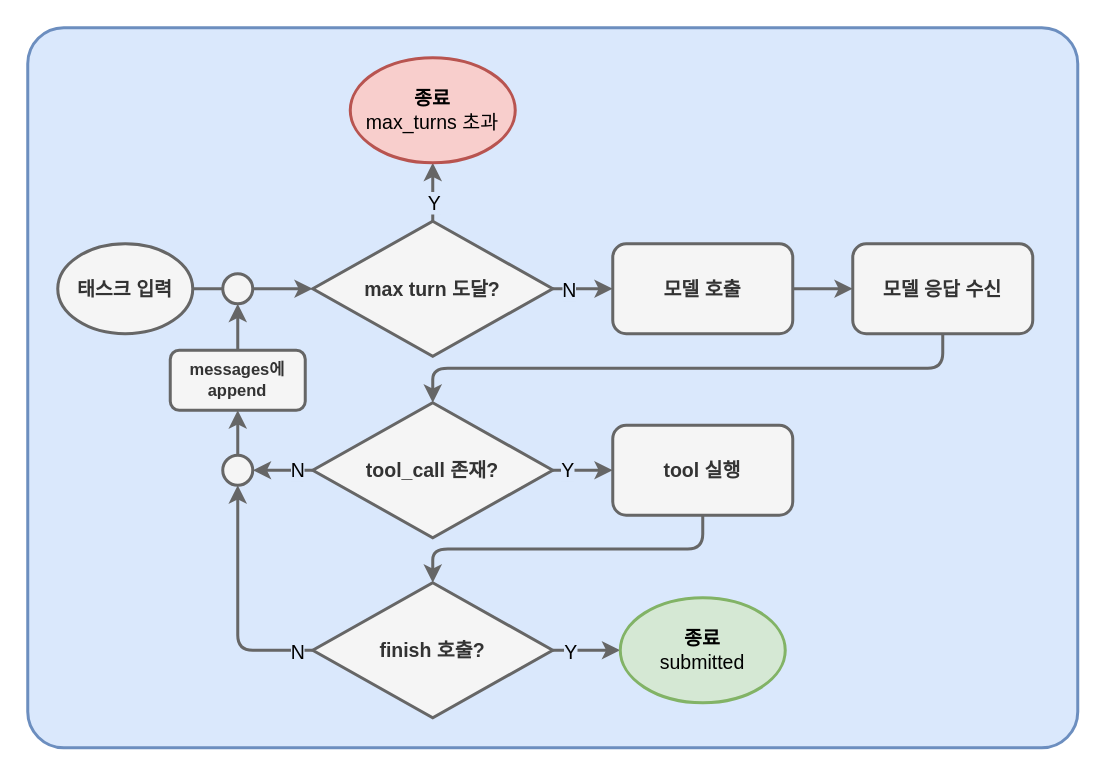
The draw.io diagram page "loop" (2 of 2) of resource/agent-tracer.drawio in MotifTechnologies/AgentTracer, before the edit. Source tidied: cells renumbered, new cells numbered last; positions are measured from the earlier drawing's top-left corner, leaving out a move shared by most shapes. Both pictures are drawn from the tidied source at 150%, with x=0, y=0 at pixel (27, 27).
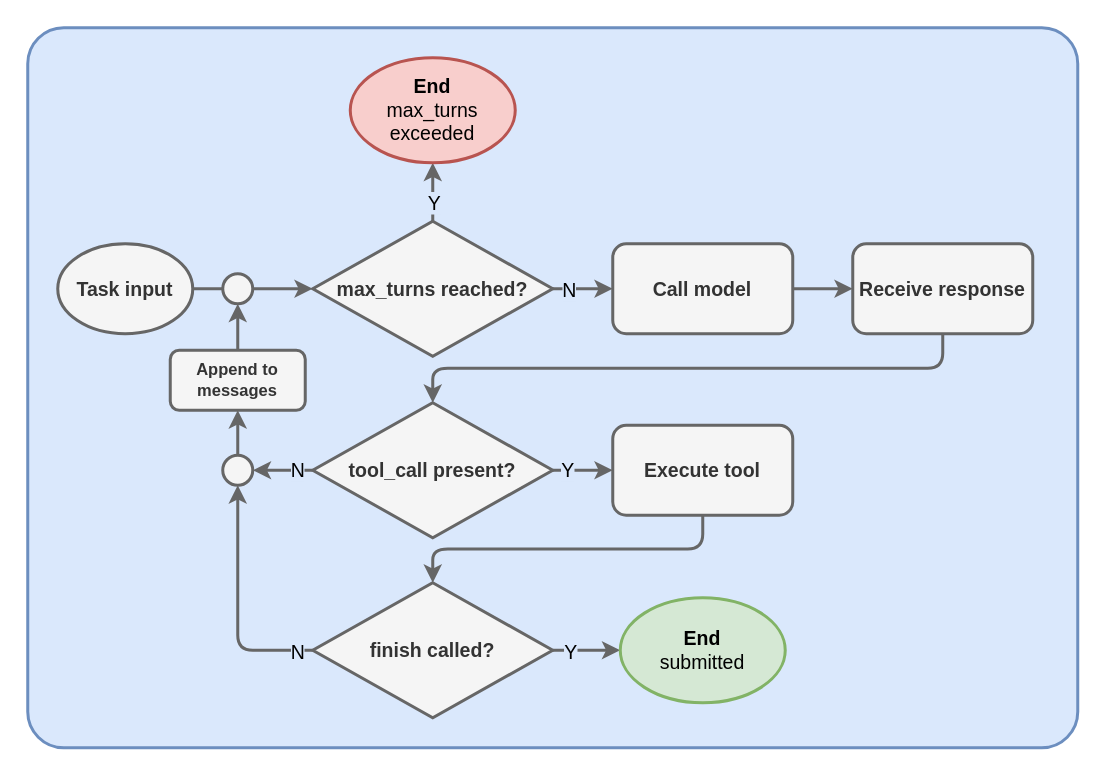
The same page after the edit.

What changed in the source:
```diff
@@
-    <mxCell id="3" value="&lt;b&gt;태스크 입력&lt;/b&gt;" style="ellipse;whiteSpace=wrap;html=1;strokeWidth=2;fillColor=#f5f5f5;strokeColor=#666666;fontFamily=Helvetica;fontSize=13;fontColor=#333333;direction=west;" parent="1" vertex="1">
+    <mxCell id="3" value="&lt;b&gt;Task input&lt;/b&gt;" style="ellipse;whiteSpace=wrap;html=1;strokeWidth=2;fillColor=#f5f5f5;strokeColor=#666666;fontFamily=Helvetica;fontSize=13;fontColor=#333333;direction=west;" parent="1" vertex="1">
       <mxGeometry x="20" y="144" width="90" height="60" as="geometry" />
     </mxCell>
-    <mxCell id="4" value="&lt;b&gt;모델 호출&lt;/b&gt;" style="rounded=1;whiteSpace=wrap;html=1;strokeWidth=2;fillColor=#f5f5f5;strokeColor=#666666;fontFamily=Helvetica;fontSize=13;fontColor=#333333;" parent="1" vertex="1">
+    <mxCell id="4" value="&lt;b&gt;Call model&lt;/b&gt;" style="rounded=1;whiteSpace=wrap;html=1;strokeWidth=2;fillColor=#f5f5f5;strokeColor=#666666;fontFamily=Helvetica;fontSize=13;fontColor=#333333;" parent="1" vertex="1">
       <mxGeometry x="390" y="144" width="120" height="60" as="geometry" />
     </mxCell>
-    <mxCell id="5" value="&lt;b&gt;모델 응답 수신&lt;/b&gt;" style="rounded=1;whiteSpace=wrap;html=1;strokeWidth=2;fillColor=#f5f5f5;strokeColor=#666666;fontFamily=Helvetica;fontSize=13;fontColor=#333333;" parent="1" vertex="1">
+    <mxCell id="5" value="&lt;b&gt;Receive response&lt;/b&gt;" style="rounded=1;whiteSpace=wrap;html=1;strokeWidth=2;fillColor=#f5f5f5;strokeColor=#666666;fontFamily=Helvetica;fontSize=13;fontColor=#333333;" parent="1" vertex="1">
       <mxGeometry x="550" y="144" width="120" height="60" as="geometry" />
     </mxCell>
-    <mxCell id="6" value="&lt;b&gt;tool_call 존재?&lt;/b&gt;" style="rhombus;whiteSpace=wrap;html=1;strokeWidth=2;fillColor=#f5f5f5;strokeColor=#666666;fontFamily=Helvetica;fontSize=13;fontColor=#333333;" parent="1" vertex="1">
+    <mxCell id="6" value="&lt;b&gt;tool_call present?&lt;/b&gt;" style="rhombus;whiteSpace=wrap;html=1;strokeWidth=2;fillColor=#f5f5f5;strokeColor=#666666;fontFamily=Helvetica;fontSize=13;fontColor=#333333;" parent="1" vertex="1">
       <mxGeometry x="190" y="250" width="160" height="90" as="geometry" />
     </mxCell>
@@
-    <mxCell id="8" value="&lt;b&gt;tool 실행&lt;/b&gt;" style="rounded=1;whiteSpace=wrap;html=1;strokeWidth=2;fillColor=#f5f5f5;strokeColor=#666666;fontFamily=Helvetica;fontSize=13;fontColor=#333333;" parent="1" vertex="1">
+    <mxCell id="8" value="&lt;b&gt;Execute tool&lt;/b&gt;" style="rounded=1;whiteSpace=wrap;html=1;strokeWidth=2;fillColor=#f5f5f5;strokeColor=#666666;fontFamily=Helvetica;fontSize=13;fontColor=#333333;" parent="1" vertex="1">
       <mxGeometry x="390" y="265" width="120" height="60" as="geometry" />
     </mxCell>
@@
-    <mxCell id="10" value="&lt;b&gt;messages에 append&lt;/b&gt;" style="rounded=1;whiteSpace=wrap;html=1;strokeWidth=2;fillColor=#f5f5f5;strokeColor=#666666;fontFamily=Helvetica;fontSize=11;fontColor=#333333;" parent="1" vertex="1">
+    <mxCell id="10" value="&lt;b&gt;Append to messages&lt;/b&gt;" style="rounded=1;whiteSpace=wrap;html=1;strokeWidth=2;fillColor=#f5f5f5;strokeColor=#666666;fontFamily=Helvetica;fontSize=11;fontColor=#333333;" parent="1" vertex="1">
       <mxGeometry x="95" y="215" width="90" height="40" as="geometry" />
     </mxCell>
@@
-    <mxCell id="20" value="&lt;b&gt;max turn 도달?&lt;/b&gt;" style="rhombus;whiteSpace=wrap;html=1;strokeWidth=2;fillColor=#f5f5f5;strokeColor=#666666;fontFamily=Helvetica;fontSize=13;fontColor=#333333;" parent="1" vertex="1">
+    <mxCell id="20" value="&lt;b&gt;max_turns reached?&lt;/b&gt;" style="rhombus;whiteSpace=wrap;html=1;strokeWidth=2;fillColor=#f5f5f5;strokeColor=#666666;fontFamily=Helvetica;fontSize=13;fontColor=#333333;" parent="1" vertex="1">
       <mxGeometry x="190" y="129" width="160" height="90" as="geometry" />
     </mxCell>
-    <mxCell id="21" value="&lt;b&gt;종료&lt;/b&gt;&lt;br&gt;max_turns 초과" style="ellipse;whiteSpace=wrap;html=1;strokeWidth=2;fillColor=#f8cecc;strokeColor=#b85450;fontFamily=Helvetica;fontSize=13;" parent="1" vertex="1">
+    <mxCell id="21" value="&lt;b&gt;End&lt;/b&gt;&lt;br&gt;max_turns exceeded" style="ellipse;whiteSpace=wrap;html=1;strokeWidth=2;fillColor=#f8cecc;strokeColor=#b85450;fontFamily=Helvetica;fontSize=13;" parent="1" vertex="1">
       <mxGeometry x="215" y="20" width="110" height="70" as="geometry" />
     </mxCell>
@@
-    <mxCell id="27" value="&lt;b&gt;finish 호출?&lt;/b&gt;" style="rhombus;whiteSpace=wrap;html=1;strokeWidth=2;fillColor=#f5f5f5;strokeColor=#666666;fontFamily=Helvetica;fontSize=13;fontColor=#333333;" parent="1" vertex="1">
+    <mxCell id="27" value="&lt;b&gt;finish called?&lt;/b&gt;" style="rhombus;whiteSpace=wrap;html=1;strokeWidth=2;fillColor=#f5f5f5;strokeColor=#666666;fontFamily=Helvetica;fontSize=13;fontColor=#333333;" parent="1" vertex="1">
       <mxGeometry x="190" y="370" width="160" height="90" as="geometry" />
     </mxCell>
@@
-    <mxCell id="31" value="&lt;b&gt;종료&lt;/b&gt;&lt;br&gt;submitted" style="ellipse;whiteSpace=wrap;html=1;strokeWidth=2;fillColor=#d5e8d4;strokeColor=#82b366;fontFamily=Helvetica;fontSize=13;" parent="1" vertex="1">
+    <mxCell id="31" value="&lt;b&gt;End&lt;/b&gt;&lt;br&gt;submitted" style="ellipse;whiteSpace=wrap;html=1;strokeWidth=2;fillColor=#d5e8d4;strokeColor=#82b366;fontFamily=Helvetica;fontSize=13;" parent="1" vertex="1">
       <mxGeometry x="395" y="380" width="110" height="70" as="geometry" />
     </mxCell>
```
